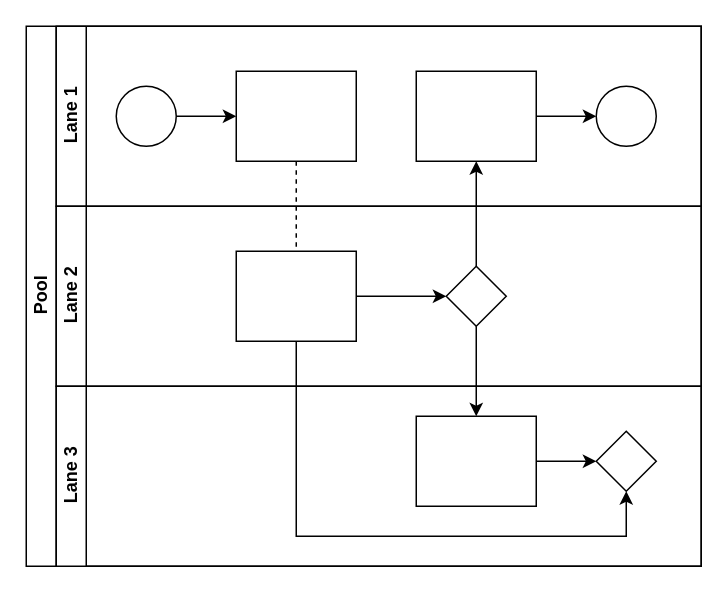
Above: 未命名绘图.drawio in cyfu/social (draw.io), before the change. Source tidied: cells renumbered, new cells numbered last; positions are measured from the earlier drawing's top-left corner, leaving out a move shared by most shapes. Both pictures are drawn from the tidied source at 150%, with x=0, y=0 at pixel (26, 26).
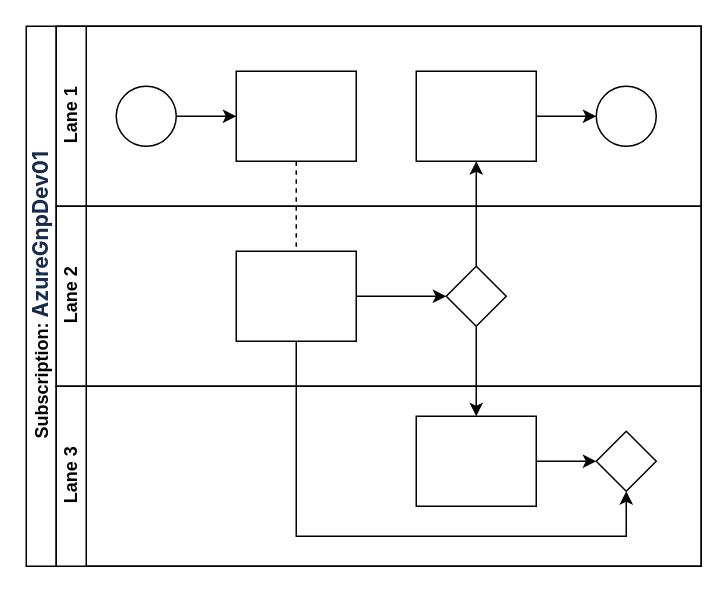
Above is the later version.

Diff of the diagram source:
```diff
@@
-    <mxCell id="2" value="Pool" style="swimlane;html=1;horizontal=0;startSize=20;" parent="1" vertex="1">
+    <mxCell id="2" value="Subscription:&amp;nbsp;&lt;strong style=&quot;color: rgb(23, 43, 77); font-family: -apple-system, BlinkMacSystemFont, &amp;quot;Segoe UI&amp;quot;, Roboto, Oxygen, Ubuntu, &amp;quot;Fira Sans&amp;quot;, &amp;quot;Droid Sans&amp;quot;, &amp;quot;Helvetica Neue&amp;quot;, sans-serif; font-size: 14px; text-wrap-mode: wrap; background-color: rgb(255, 255, 255);&quot;&gt;AzureGnpDev01&lt;/strong&gt;" style="swimlane;html=1;horizontal=0;startSize=20;" parent="1" vertex="1">
       <mxGeometry width="450" height="360" as="geometry" />
     </mxCell>
```
